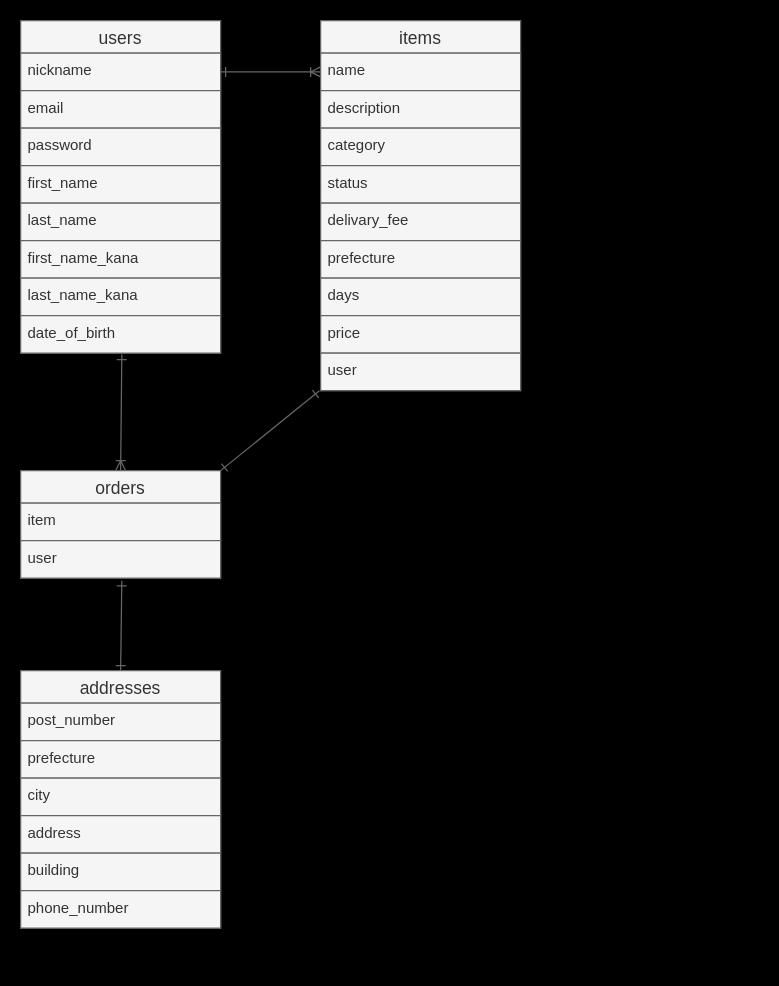
Before: furima-38856.dio in noharaaaaaa/furima-38856, a draw.io diagram. Source tidied: cells renumbered, new cells numbered last; positions are measured from the earlier drawing's top-left corner, leaving out a move shared by most shapes. Both pictures are drawn from the tidied source at 125%, with x=0, y=0 at pixel (20, 20).
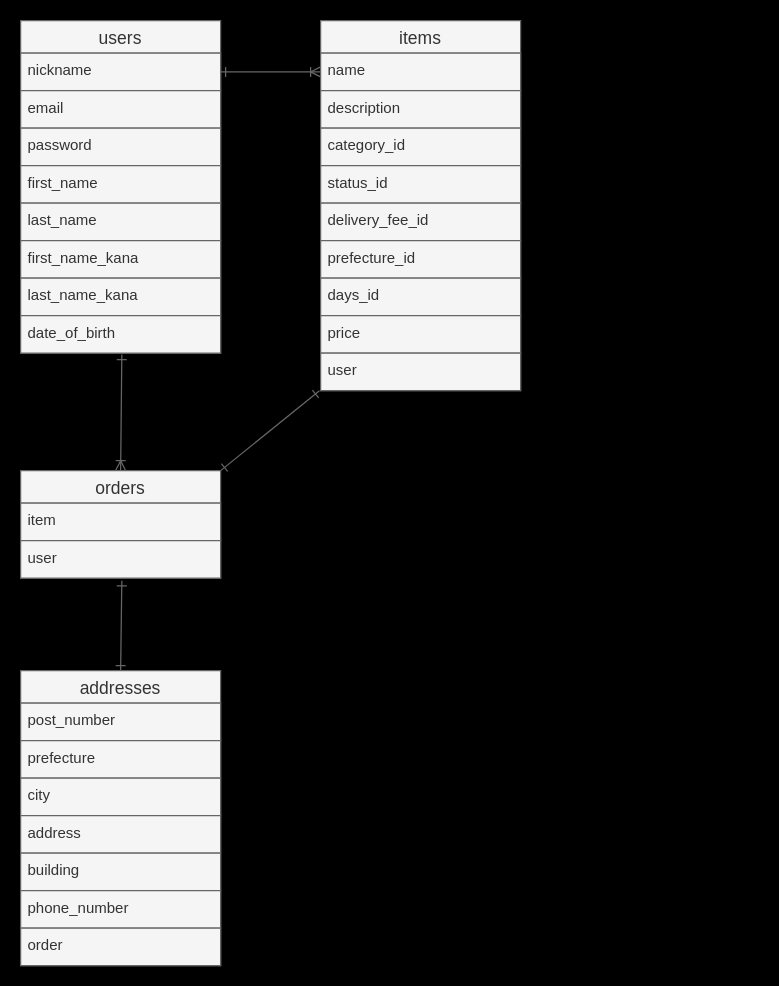
The same diagram, later.

Commit message (it also covers changes not shown here):
データベース設計の修正

Unchanged cells that the change refers to:
```xml
<mxCell id="11" value="items" style="swimlane;fontStyle=0;horizontal=1;startSize=26;align=center;fontSize=14;fillColor=#f5f5f5;fontColor=#333333;strokeColor=#666666;" parent="1" vertex="1">
  <mxGeometry x="240" width="160" height="296" as="geometry" />
</mxCell>
```

Diff of the diagram source:
```diff
@@
-    <mxCell id="14" value="category" style="text;strokeColor=#666666;fillColor=#f5f5f5;spacingLeft=4;spacingRight=4;overflow=hidden;fontSize=12;fontColor=#333333;" parent="11" vertex="1">
+    <mxCell id="14" value="category_id" style="text;strokeColor=#666666;fillColor=#f5f5f5;spacingLeft=4;spacingRight=4;overflow=hidden;fontSize=12;fontColor=#333333;" parent="11" vertex="1">
       <mxGeometry y="86" width="160" height="30" as="geometry" />
     </mxCell>
-    <mxCell id="15" value="status" style="text;strokeColor=#666666;fillColor=#f5f5f5;spacingLeft=4;spacingRight=4;overflow=hidden;fontSize=12;fontColor=#333333;" parent="11" vertex="1">
+    <mxCell id="15" value="status_id" style="text;strokeColor=#666666;fillColor=#f5f5f5;spacingLeft=4;spacingRight=4;overflow=hidden;fontSize=12;fontColor=#333333;" parent="11" vertex="1">
       <mxGeometry y="116" width="160" height="30" as="geometry" />
     </mxCell>
-    <mxCell id="16" value="delivary_fee" style="text;strokeColor=#666666;fillColor=#f5f5f5;spacingLeft=4;spacingRight=4;overflow=hidden;fontSize=12;fontColor=#333333;" parent="11" vertex="1">
+    <mxCell id="16" value="delivery_fee_id" style="text;strokeColor=#666666;fillColor=#f5f5f5;spacingLeft=4;spacingRight=4;overflow=hidden;fontSize=12;fontColor=#333333;" parent="11" vertex="1">
       <mxGeometry y="146" width="160" height="30" as="geometry" />
     </mxCell>
-    <mxCell id="17" value="prefecture" style="text;strokeColor=#666666;fillColor=#f5f5f5;spacingLeft=4;spacingRight=4;overflow=hidden;fontSize=12;fontColor=#333333;" parent="11" vertex="1">
+    <mxCell id="17" value="prefecture_id" style="text;strokeColor=#666666;fillColor=#f5f5f5;spacingLeft=4;spacingRight=4;overflow=hidden;fontSize=12;fontColor=#333333;" parent="11" vertex="1">
       <mxGeometry y="176" width="160" height="30" as="geometry" />
     </mxCell>
-    <mxCell id="18" value="days" style="text;strokeColor=#666666;fillColor=#f5f5f5;spacingLeft=4;spacingRight=4;overflow=hidden;fontSize=12;fontColor=#333333;" parent="11" vertex="1">
+    <mxCell id="18" value="days_id" style="text;strokeColor=#666666;fillColor=#f5f5f5;spacingLeft=4;spacingRight=4;overflow=hidden;fontSize=12;fontColor=#333333;" parent="11" vertex="1">
       <mxGeometry y="206" width="160" height="30" as="geometry" />
     </mxCell>
@@
     <mxCell id="28" value="addresses" style="swimlane;fontStyle=0;horizontal=1;startSize=26;align=center;fontSize=14;fillColor=#f5f5f5;fontColor=#333333;strokeColor=#666666;" parent="1" vertex="1">
-      <mxGeometry y="520" width="160" height="206" as="geometry" />
+      <mxGeometry y="520" width="160" height="236" as="geometry" />
     </mxCell>
@@
+    <mxCell id="36" value="order" style="text;strokeColor=#666666;fillColor=#f5f5f5;spacingLeft=4;spacingRight=4;overflow=hidden;fontSize=12;fontColor=#333333;" parent="28" vertex="1">
+      <mxGeometry y="206" width="160" height="30" as="geometry" />
+    </mxCell>
```
